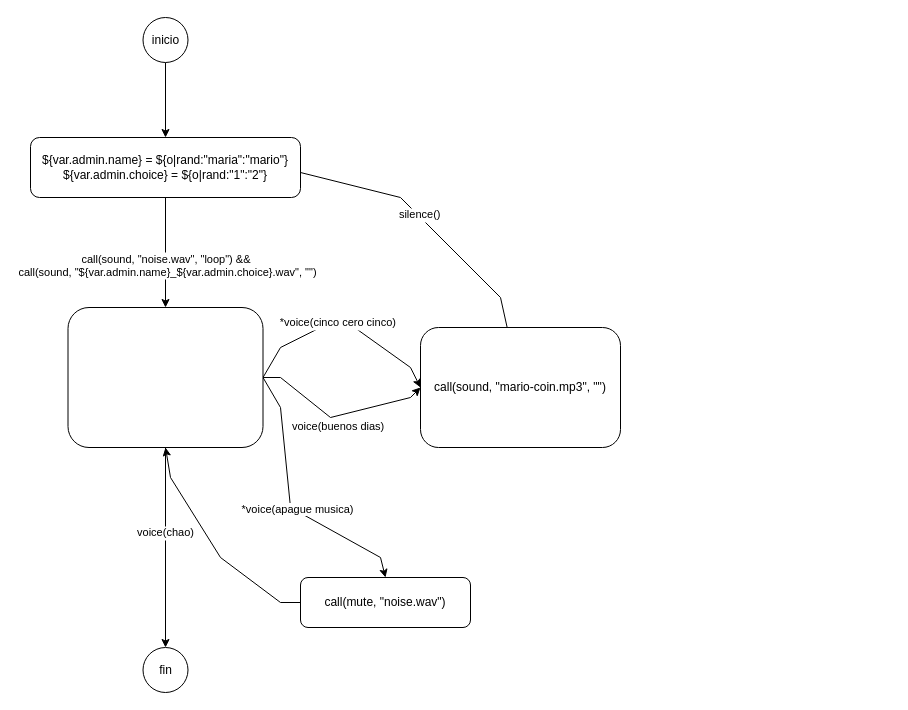
Above: data/ue/scenes/caso1.drawio in ejfdelgado/ejflab (draw.io), before the change. Source tidied: cells renumbered, new cells numbered last; positions are measured from the earlier drawing's top-left corner, leaving out a move shared by most shapes. Both pictures are drawn from the tidied source at 100%, with x=0, y=0 at pixel (30, 17).
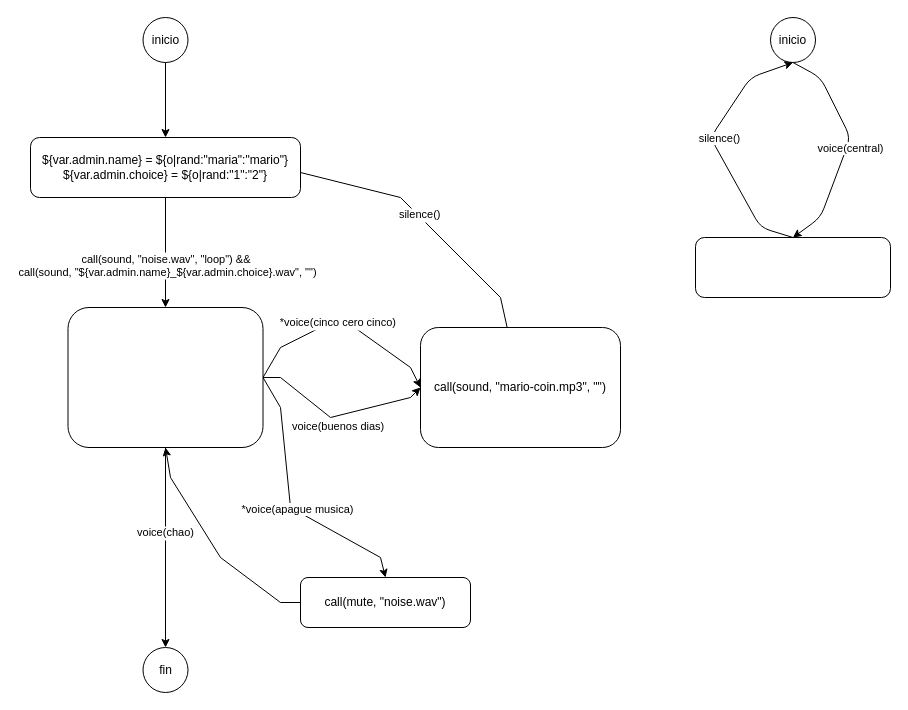
The same diagram, later.

Unchanged cells that the change refers to:
```xml
<mxCell id="15" style="rounded=1;whiteSpace=wrap;" parent="1" vertex="1">
  <mxGeometry x="37.5" y="290" width="195" height="140" as="geometry" />
</mxCell>
<mxCell id="22" value="call(mute, &quot;noise.wav&quot;)" style="rounded=1;whiteSpace=wrap;" parent="1" vertex="1">
  <mxGeometry x="270" y="560" width="170" height="50" as="geometry" />
</mxCell>
```

Change to the diagram source:
```diff
@@
-    <mxCell id="13" style="edgeStyle=none;html=0;entryX=0.5;entryY=0;entryDx=0;entryDy=0;exitX=1;exitY=0.5;exitDx=0;exitDy=0;rounded=0;" parent="1" edge="1" source="15" target="22">
+    <mxCell id="13" style="edgeStyle=none;html=0;entryX=0.5;entryY=0;entryDx=0;entryDy=0;exitX=1;exitY=0.5;exitDx=0;exitDy=0;rounded=0;arcSize=20;" parent="1" edge="1" source="15" target="22">
       <mxGeometry relative="1" as="geometry">
         <Array as="points">
           <mxPoint x="250" y="390" />
           <mxPoint x="260" y="490" />
           <mxPoint x="350" y="540" />
         </Array>
       </mxGeometry>
     </mxCell>
@@
+    <mxCell id="23" style="edgeStyle=none;entryX=0.5;entryY=0;entryDx=0;entryDy=0;exitX=0.5;exitY=1;exitDx=0;exitDy=0;" parent="1" edge="1" source="25" target="28">
+      <mxGeometry relative="1" as="geometry">
+        <Array as="points">
+          <mxPoint x="790" y="60" />
+          <mxPoint x="820" y="120" />
+          <mxPoint x="790" y="200" />
+        </Array>
+      </mxGeometry>
+    </mxCell>
+    <mxCell id="24" value="voice(central)" style="edgeLabel;html=1;align=center;verticalAlign=middle;" parent="23" vertex="1">
+      <mxGeometry x="-0.25" relative="1" as="geometry">
+        <mxPoint x="7" y="25" as="offset" />
+      </mxGeometry>
+    </mxCell>
+    <mxCell id="25" value="inicio" style="ellipse;whiteSpace=wrap;" parent="1" vertex="1">
+      <mxGeometry x="740" width="45" height="45" as="geometry" />
+    </mxCell>
+    <mxCell id="26" style="edgeStyle=none;entryX=0.5;entryY=1;entryDx=0;entryDy=0;exitX=0.5;exitY=0;exitDx=0;exitDy=0;" parent="1" edge="1" source="28" target="25">
+      <mxGeometry relative="1" as="geometry">
+        <Array as="points">
+          <mxPoint x="730" y="210" />
+          <mxPoint x="680" y="120" />
+          <mxPoint x="720" y="60" />
+        </Array>
+      </mxGeometry>
+    </mxCell>
+    <mxCell id="27" value="silence()" style="edgeLabel;html=1;align=center;verticalAlign=middle;" parent="26" vertex="1">
+      <mxGeometry x="-0.05" y="-1" relative="1" as="geometry">
+        <mxPoint y="-13" as="offset" />
+      </mxGeometry>
+    </mxCell>
+    <mxCell id="28" style="rounded=1;whiteSpace=wrap;" parent="1" vertex="1">
+      <mxGeometry x="665" y="220" width="195" height="60" as="geometry" />
+    </mxCell>
```
